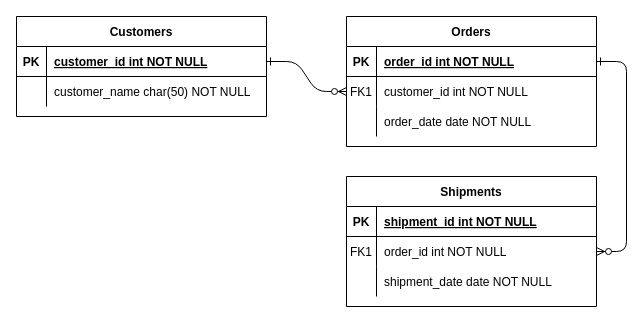
The draw.io diagram Untitled Diagram.drawio in milsakim/git-test, before the edit. Source tidied: cells renumbered, new cells numbered last; positions are measured from the earlier drawing's top-left corner, leaving out a move shared by most shapes. Both pictures are drawn from the tidied source at 100%, with x=0, y=0 at pixel (16, 16).
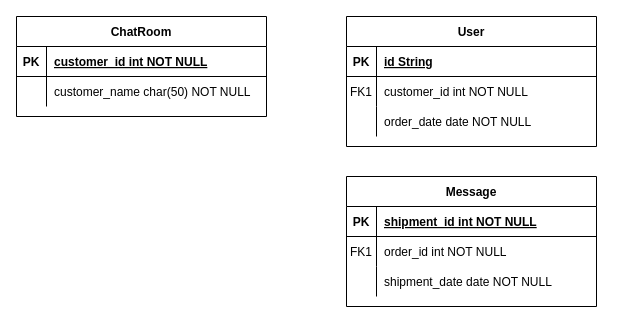
The same page after the edit.

The change refers to these unchanged cells:
```xml
<mxCell id="5" style="shape=partialRectangle;fillColor=none;points=[[0,0.5],[1,0.5]];portConstraint=eastwest;top=0;left=0;right=0;bottom=1;" parent="4" vertex="1">
  <mxGeometry y="30" width="250" height="30" as="geometry" />
</mxCell>
<mxCell id="8" style="shape=partialRectangle;fillColor=none;points=[[0,0.5],[1,0.5]];portConstraint=eastwest;top=0;left=0;right=0;bottom=0;" parent="4" vertex="1">
  <mxGeometry y="60" width="250" height="30" as="geometry" />
</mxCell>
<mxCell id="18" style="shape=partialRectangle;fillColor=none;points=[[0,0.5],[1,0.5]];portConstraint=eastwest;top=0;left=0;right=0;bottom=0;" parent="14" vertex="1">
  <mxGeometry y="60" width="250" height="30" as="geometry" />
</mxCell>
<mxCell id="25" style="shape=partialRectangle;fillColor=none;points=[[0,0.5],[1,0.5]];portConstraint=eastwest;top=0;left=0;right=0;bottom=1;" parent="24" vertex="1">
  <mxGeometry y="30" width="250" height="30" as="geometry" />
</mxCell>
```

Change to the diagram source:
```diff
@@
-    <mxCell id="2" style="edgeStyle=entityRelationEdgeStyle;endArrow=ERzeroToMany;startArrow=ERone;endFill=1;startFill=0;" parent="1" edge="1" source="25" target="8">
-      <mxGeometry relative="1" as="geometry" />
-    </mxCell>
-    <mxCell id="3" style="edgeStyle=entityRelationEdgeStyle;endArrow=ERzeroToMany;startArrow=ERone;endFill=1;startFill=0;" parent="1" edge="1" source="5" target="18">
-      <mxGeometry relative="1" as="geometry" />
-    </mxCell>
-    <mxCell id="4" value="Orders" style="shape=table;startSize=30;childLayout=tableLayout;rowLines=0;fontStyle=1;align=center;" parent="1" vertex="1">
+    <mxCell id="4" value="User" style="shape=table;startSize=30;childLayout=tableLayout;rowLines=0;fontStyle=1;align=center;" parent="1" vertex="1">
       <mxGeometry x="330" width="250" height="130" as="geometry" />
     </mxCell>
@@
-    <mxCell id="7" value="order_id int NOT NULL " style="shape=partialRectangle;overflow=hidden;fillColor=none;top=0;left=0;bottom=0;right=0;align=left;spacingLeft=6;fontStyle=5;" parent="5" vertex="1">
+    <mxCell id="7" value="id String" style="shape=partialRectangle;overflow=hidden;fillColor=none;top=0;left=0;bottom=0;right=0;align=left;spacingLeft=6;fontStyle=5;" parent="5" vertex="1">
       <mxGeometry x="30" width="220" height="30" as="geometry" />
     </mxCell>
@@
-    <mxCell id="14" value="Shipments" style="shape=table;startSize=30;childLayout=tableLayout;rowLines=0;fontStyle=1;align=center;" parent="1" vertex="1">
+    <mxCell id="14" value="Message" style="shape=table;startSize=30;childLayout=tableLayout;rowLines=0;fontStyle=1;align=center;" parent="1" vertex="1">
       <mxGeometry x="330" y="160" width="250" height="130" as="geometry" />
     </mxCell>
@@
-    <mxCell id="24" value="Customers" style="shape=table;startSize=30;childLayout=tableLayout;rowLines=0;fontStyle=1;align=center;" parent="1" vertex="1">
+    <mxCell id="24" value="ChatRoom" style="shape=table;startSize=30;childLayout=tableLayout;rowLines=0;fontStyle=1;align=center;" parent="1" vertex="1">
       <mxGeometry width="250" height="100" as="geometry" />
     </mxCell>
```
